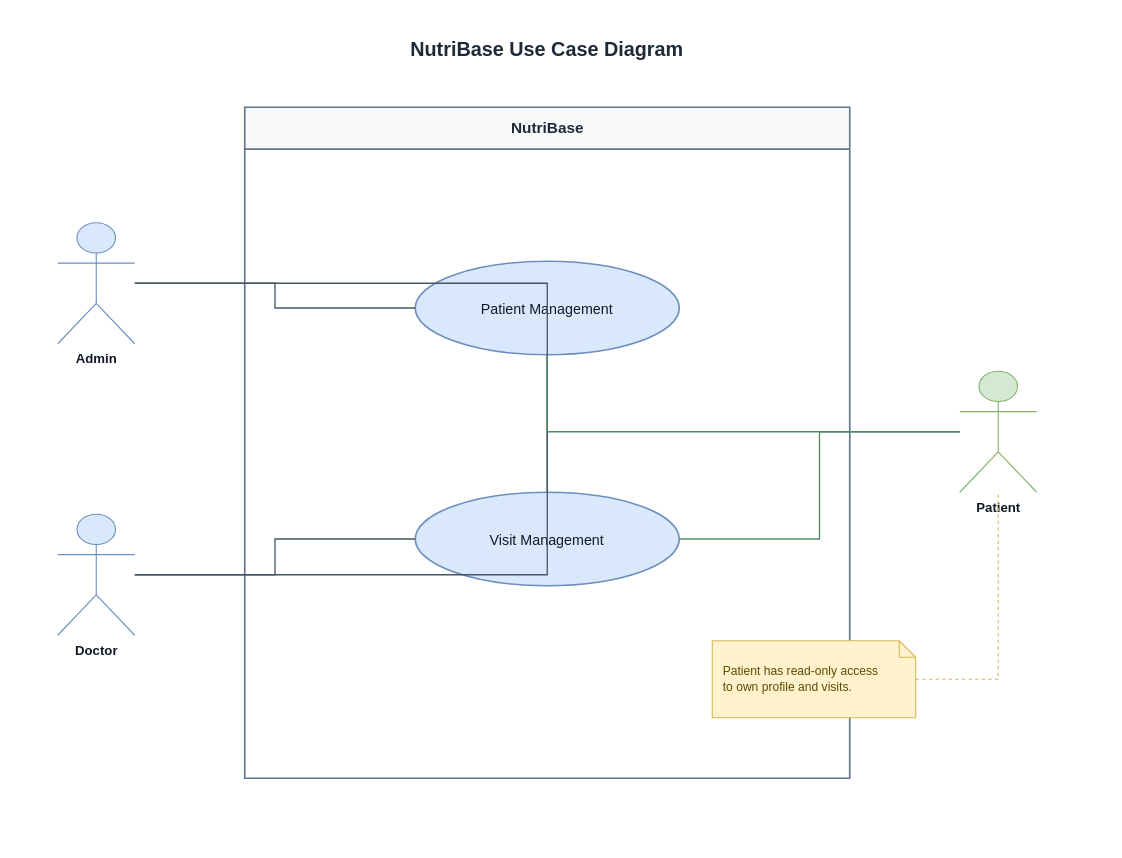
Before: _docs_uni/_diagrams_new/3.1-use-case-diagram.drawio in amarHrvc/nutriledger, a draw.io diagram. Source tidied: cells renumbered, new cells numbered last; positions are measured from the earlier drawing's top-left corner, leaving out a move shared by most shapes. Both pictures are drawn from the tidied source at 110%, with x=0, y=0 at pixel (57, 30).
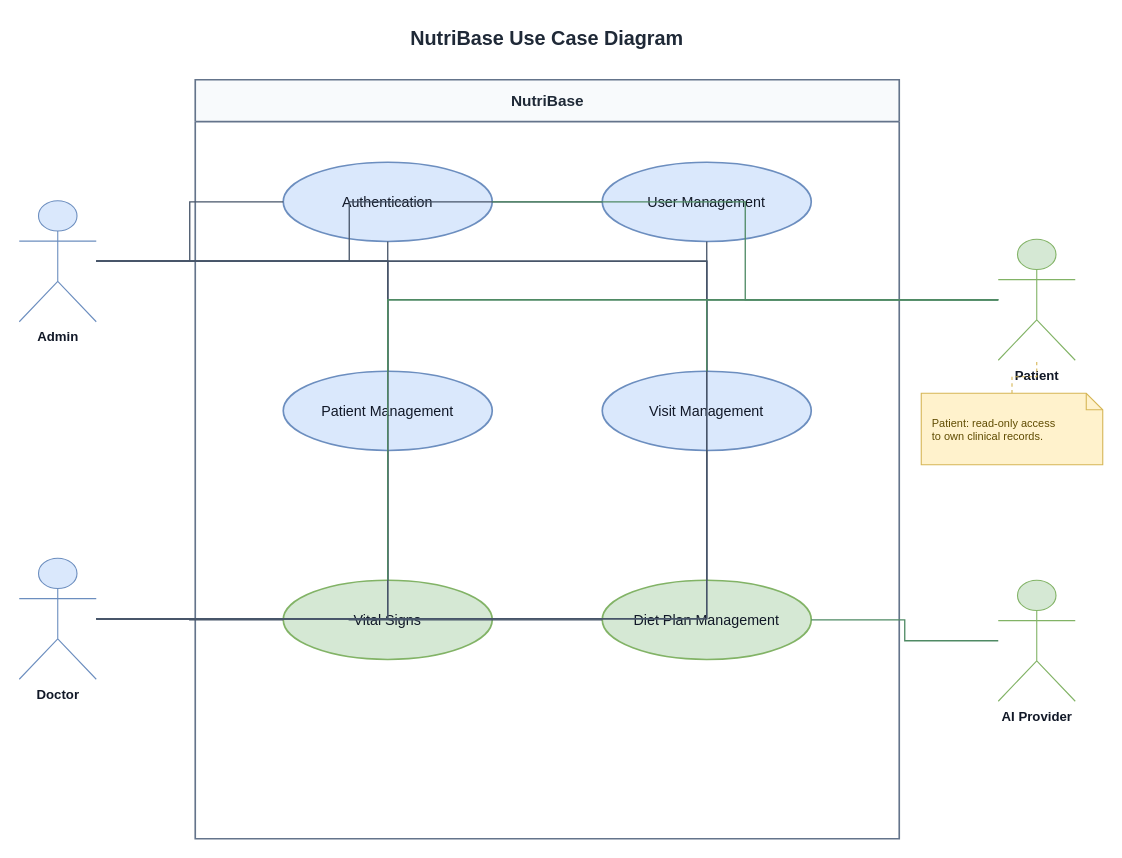
The same diagram, later.

Commit message:
docs: expand high-level use case coverage

The edit, as a diff of the source:
```diff
@@
     <mxCell id="2" value="NutriBase Use Case Diagram" style="text;html=1;whiteSpace=wrap;strokeColor=none;fillColor=none;align=center;verticalAlign=middle;fontSize=18;fontStyle=1;fontColor=#1F2937;" parent="1" vertex="1">
-      <mxGeometry x="195" width="500" height="35" as="geometry" />
+      <mxGeometry x="195" y="-10" width="500" height="35" as="geometry" />
     </mxCell>
     <mxCell id="3" value="NutriBase" style="swimlane;html=1;horizontal=1;startSize=38;rounded=0;fillColor=#F8FAFC;swimlaneFillColor=#FFFFFF;strokeColor=#64748B;strokeWidth=1.5;fontColor=#1F2937;fontSize=14;fontStyle=1;" parent="1" vertex="1">
-      <mxGeometry x="170" y="70" width="550" height="610" as="geometry" />
+      <mxGeometry x="125" y="45" width="640" height="690" as="geometry" />
     </mxCell>
+    <mxCell id="17" value="Authentication" style="ellipse;whiteSpace=wrap;html=1;fillColor=#DAE8FC;strokeColor=#6C8EBF;strokeWidth=1.5;fontColor=#111827;fontSize=13;" parent="1" vertex="1">
+      <mxGeometry x="205" y="120" width="190" height="72" as="geometry" />
+    </mxCell>
+    <mxCell id="18" value="User Management" style="ellipse;whiteSpace=wrap;html=1;fillColor=#DAE8FC;strokeColor=#6C8EBF;strokeWidth=1.5;fontColor=#111827;fontSize=13;" parent="1" vertex="1">
+      <mxGeometry x="495" y="120" width="190" height="72" as="geometry" />
+    </mxCell>
     <mxCell id="4" value="Patient Management" style="ellipse;whiteSpace=wrap;html=1;fillColor=#DAE8FC;strokeColor=#6C8EBF;strokeWidth=1.5;fontColor=#111827;fontSize=13;" parent="1" vertex="1">
-      <mxGeometry x="325" y="210" width="240" height="85" as="geometry" />
+      <mxGeometry x="205" y="310" width="190" height="72" as="geometry" />
     </mxCell>
     <mxCell id="5" value="Visit Management" style="ellipse;whiteSpace=wrap;html=1;fillColor=#DAE8FC;strokeColor=#6C8EBF;strokeWidth=1.5;fontColor=#111827;fontSize=13;" parent="1" vertex="1">
-      <mxGeometry x="325" y="420" width="240" height="85" as="geometry" />
+      <mxGeometry x="495" y="310" width="190" height="72" as="geometry" />
     </mxCell>
+    <mxCell id="19" value="Vital Signs" style="ellipse;whiteSpace=wrap;html=1;fillColor=#D5E8D4;strokeColor=#82B366;strokeWidth=1.5;fontColor=#111827;fontSize=13;" parent="1" vertex="1">
+      <mxGeometry x="205" y="500" width="190" height="72" as="geometry" />
+    </mxCell>
+    <mxCell id="20" value="Diet Plan Management" style="ellipse;whiteSpace=wrap;html=1;fillColor=#D5E8D4;strokeColor=#82B366;strokeWidth=1.5;fontColor=#111827;fontSize=13;" parent="1" vertex="1">
+      <mxGeometry x="495" y="500" width="190" height="72" as="geometry" />
+    </mxCell>
     <mxCell id="6" value="Admin" style="shape=umlActor;verticalLabelPosition=bottom;verticalAlign=top;html=1;outlineConnect=0;fillColor=#DAE8FC;strokeColor=#6C8EBF;fontColor=#111827;fontSize=12;fontStyle=1;" parent="1" vertex="1">
-      <mxGeometry y="175" width="70" height="110" as="geometry" />
+      <mxGeometry x="-35" y="155" width="70" height="110" as="geometry" />
     </mxCell>
     <mxCell id="7" value="Doctor" style="shape=umlActor;verticalLabelPosition=bottom;verticalAlign=top;html=1;outlineConnect=0;fillColor=#DAE8FC;strokeColor=#6C8EBF;fontColor=#111827;fontSize=12;fontStyle=1;" parent="1" vertex="1">
-      <mxGeometry y="440" width="70" height="110" as="geometry" />
+      <mxGeometry x="-35" y="480" width="70" height="110" as="geometry" />
     </mxCell>
     <mxCell id="8" value="Patient" style="shape=umlActor;verticalLabelPosition=bottom;verticalAlign=top;html=1;outlineConnect=0;fillColor=#D5E8D4;strokeColor=#82B366;fontColor=#111827;fontSize=12;fontStyle=1;" parent="1" vertex="1">
-      <mxGeometry x="820" y="310" width="70" height="110" as="geometry" />
+      <mxGeometry x="855" y="190" width="70" height="110" as="geometry" />
     </mxCell>
+    <mxCell id="21" value="AI Provider" style="shape=umlActor;verticalLabelPosition=bottom;verticalAlign=top;html=1;outlineConnect=0;fillColor=#D5E8D4;strokeColor=#82B366;fontColor=#111827;fontSize=12;fontStyle=1;" parent="1" vertex="1">
+      <mxGeometry x="855" y="500" width="70" height="110" as="geometry" />
+    </mxCell>
-    <mxCell id="9" value="Patient has read-only access&lt;br&gt;to own profile and visits." style="shape=note;whiteSpace=wrap;html=1;size=15;fillColor=#FFF2CC;strokeColor=#D6B656;fontColor=#5F4B00;fontSize=11;align=left;spacingLeft=8;" parent="1" vertex="1">
-      <mxGeometry x="595" y="555" width="185" height="70" as="geometry" />
+    <mxCell id="9" value="Patient: read-only access&lt;br&gt;to own clinical records." style="shape=note;whiteSpace=wrap;html=1;size=15;fillColor=#FFF2CC;strokeColor=#D6B656;fontColor=#5F4B00;fontSize=10;align=left;spacingLeft=8;" parent="1" vertex="1">
+      <mxGeometry x="785" y="330" width="165" height="65" as="geometry" />
     </mxCell>
+    <mxCell id="22" style="edgeStyle=orthogonalEdgeStyle;rounded=0;jettySize=auto;html=1;endArrow=none;strokeColor=#475569;strokeWidth=1.2;" parent="1" edge="1" source="6" target="17">
+      <mxGeometry relative="1" as="geometry" />
+    </mxCell>
+    <mxCell id="23" style="edgeStyle=orthogonalEdgeStyle;rounded=0;jettySize=auto;html=1;endArrow=none;strokeColor=#475569;strokeWidth=1.2;" parent="1" edge="1" source="6" target="18">
+      <mxGeometry relative="1" as="geometry" />
+    </mxCell>
@@
+    <mxCell id="24" style="edgeStyle=orthogonalEdgeStyle;rounded=0;jettySize=auto;html=1;endArrow=none;strokeColor=#475569;strokeWidth=1.2;" parent="1" edge="1" source="6" target="19">
+      <mxGeometry relative="1" as="geometry" />
+    </mxCell>
+    <mxCell id="25" style="edgeStyle=orthogonalEdgeStyle;rounded=0;jettySize=auto;html=1;endArrow=none;strokeColor=#475569;strokeWidth=1.2;" parent="1" edge="1" source="6" target="20">
+      <mxGeometry relative="1" as="geometry" />
+    </mxCell>
+    <mxCell id="26" style="edgeStyle=orthogonalEdgeStyle;rounded=0;jettySize=auto;html=1;endArrow=none;strokeColor=#475569;strokeWidth=1.2;" parent="1" edge="1" source="7" target="17">
+      <mxGeometry relative="1" as="geometry" />
+    </mxCell>
+    <mxCell id="27" style="edgeStyle=orthogonalEdgeStyle;rounded=0;jettySize=auto;html=1;endArrow=none;strokeColor=#475569;strokeWidth=1.2;" parent="1" edge="1" source="7" target="18">
+      <mxGeometry relative="1" as="geometry" />
+    </mxCell>
@@
+    <mxCell id="28" style="edgeStyle=orthogonalEdgeStyle;rounded=0;jettySize=auto;html=1;endArrow=none;strokeColor=#475569;strokeWidth=1.2;" parent="1" edge="1" source="7" target="19">
+      <mxGeometry relative="1" as="geometry" />
+    </mxCell>
+    <mxCell id="29" style="edgeStyle=orthogonalEdgeStyle;rounded=0;jettySize=auto;html=1;endArrow=none;strokeColor=#475569;strokeWidth=1.2;" parent="1" edge="1" source="7" target="20">
+      <mxGeometry relative="1" as="geometry" />
+    </mxCell>
+    <mxCell id="30" style="edgeStyle=orthogonalEdgeStyle;rounded=0;jettySize=auto;html=1;endArrow=none;strokeColor=#4F8A64;strokeWidth=1.2;" parent="1" edge="1" source="8" target="17">
+      <mxGeometry relative="1" as="geometry" />
+    </mxCell>
@@
+    <mxCell id="31" style="edgeStyle=orthogonalEdgeStyle;rounded=0;jettySize=auto;html=1;endArrow=none;strokeColor=#4F8A64;strokeWidth=1.2;" parent="1" edge="1" source="8" target="19">
+      <mxGeometry relative="1" as="geometry" />
+    </mxCell>
+    <mxCell id="32" style="edgeStyle=orthogonalEdgeStyle;rounded=0;jettySize=auto;html=1;endArrow=none;strokeColor=#4F8A64;strokeWidth=1.2;" parent="1" edge="1" source="21" target="20">
+      <mxGeometry relative="1" as="geometry" />
+    </mxCell>
```
